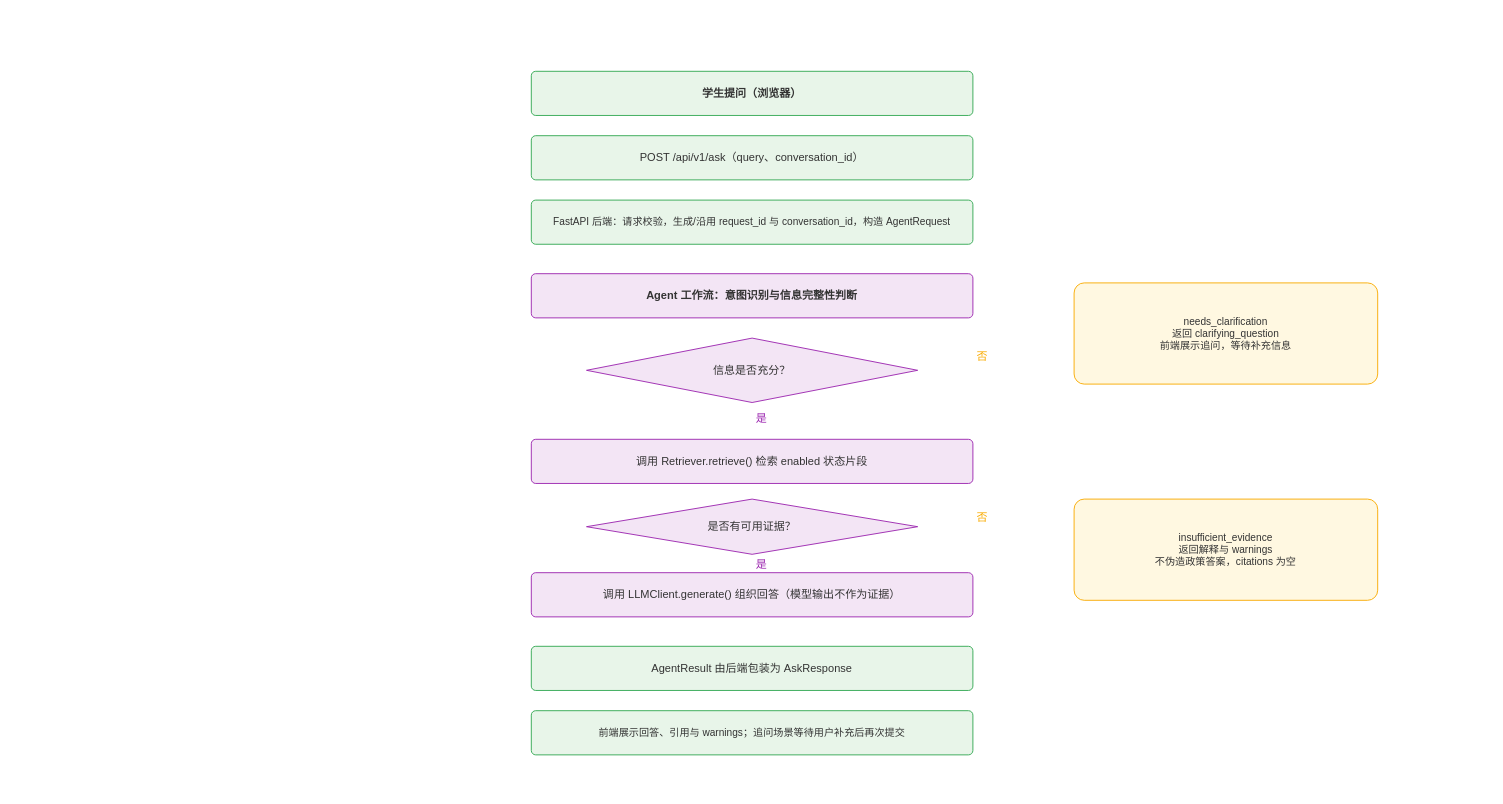
Above: docs/assignment-03/alpha/architecture/问答调用流程图_林世颖.drawio in yz-Yezi-Genm/CodeMind-FZU (draw.io), before the change. Source tidied: cells renumbered, new cells numbered last; positions are measured from the earlier drawing's top-left corner, leaving out a move shared by most shapes. Both pictures are drawn from the tidied source at 92%, with x=0, y=0 at pixel (531, 71).
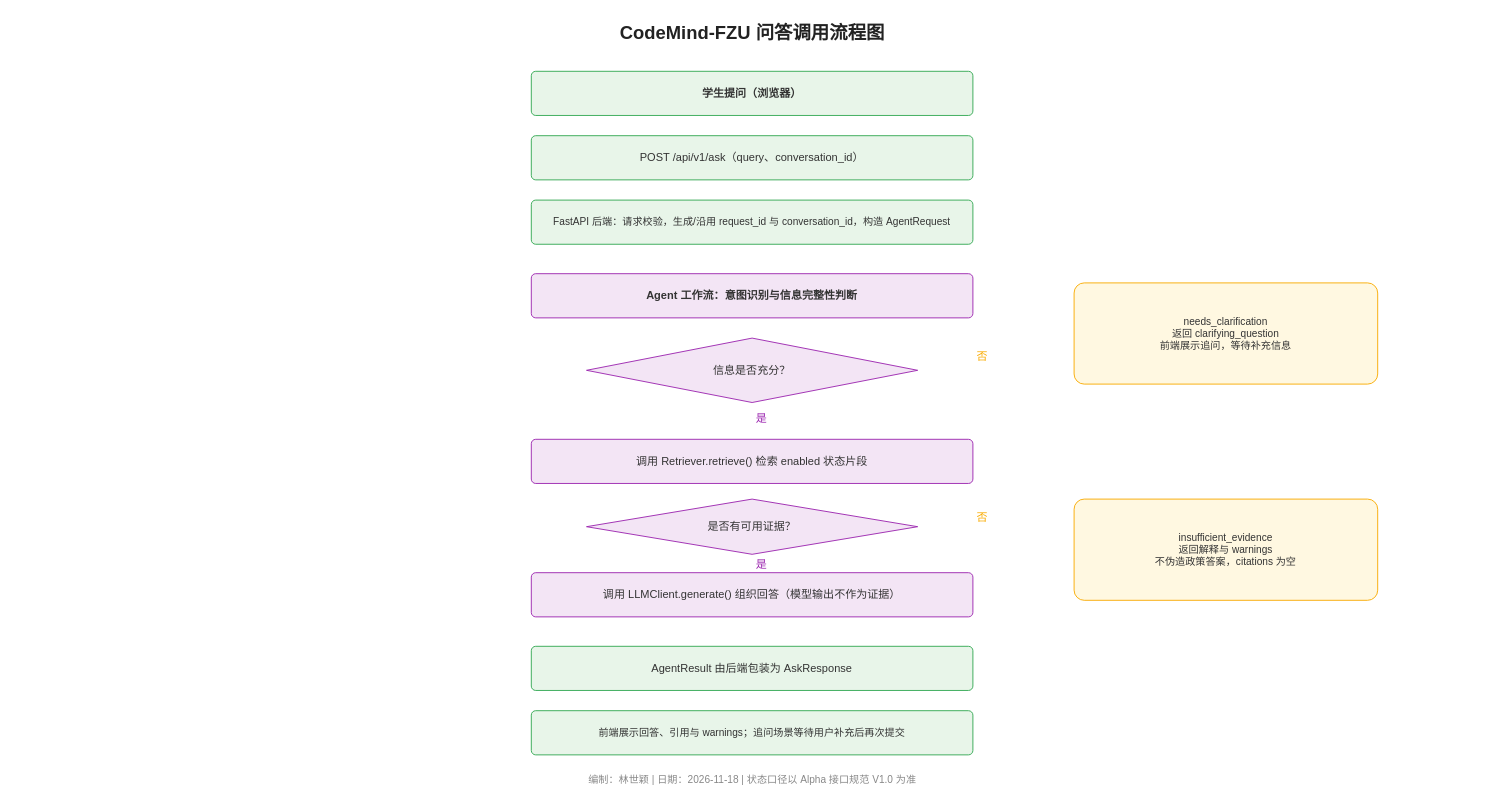
The same page after the edit.

Commit message:
docs(alpha): 更新问答调用流程图源文件（林世颖）

Diff of the diagram source:
```diff
@@
+    <mxCell id="31" value="CodeMind-FZU 问答调用流程图" style="text;html=1;align=center;verticalAlign=middle;fontSize=20;fontStyle=1;fontColor=#222222;" parent="1" vertex="1">
+      <mxGeometry x="-560" y="-60" width="1600" height="34" as="geometry" />
+    </mxCell>
@@
+    <mxCell id="32" value="编制：林世颖 | 日期：2026-11-18 | 状态口径以 Alpha 接口规范 V1.0 为准" style="text;html=1;align=center;verticalAlign=middle;fontSize=11;fontColor=#888888;" parent="1" vertex="1">
+      <mxGeometry x="-560" y="760" width="1600" height="20" as="geometry" />
+    </mxCell>
```
